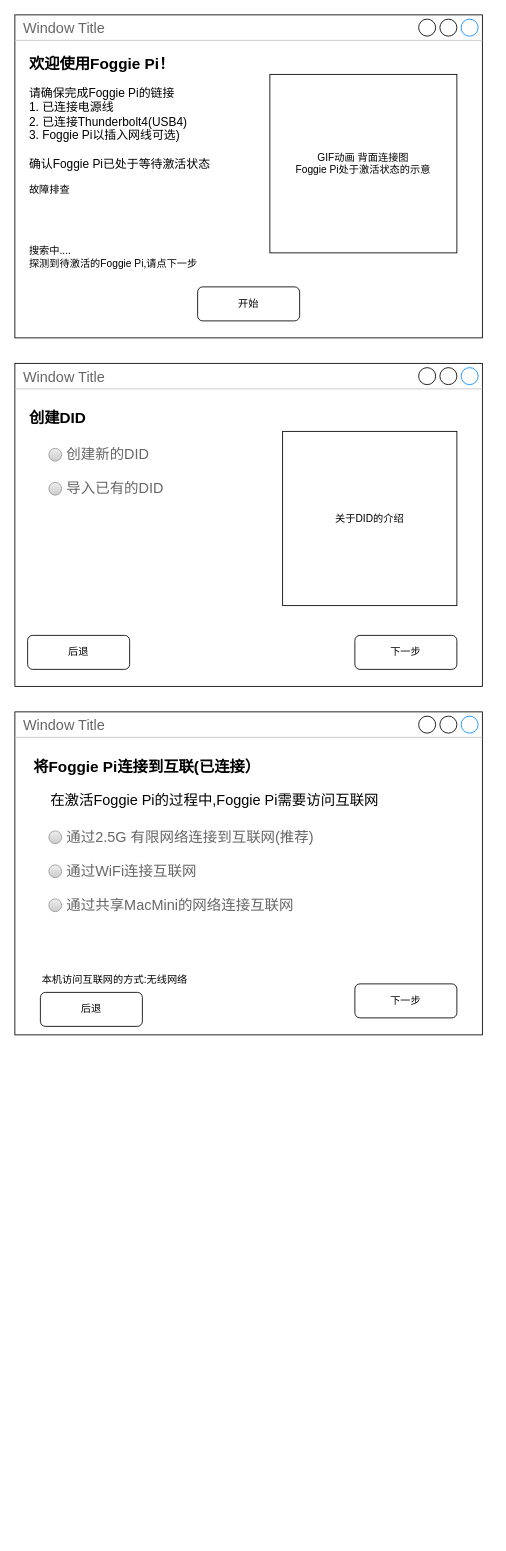
Above: page "Page-8" (8 of 8) of doc/PRD/desktop.drawio in buckyos/buckyos (draw.io), before the change. Source tidied: cells renumbered, new cells numbered last; positions are measured from the earlier drawing's top-left corner, leaving out a move shared by most shapes. Both pictures are drawn from the tidied source at 85%, with x=0, y=0 at pixel (14, 14).
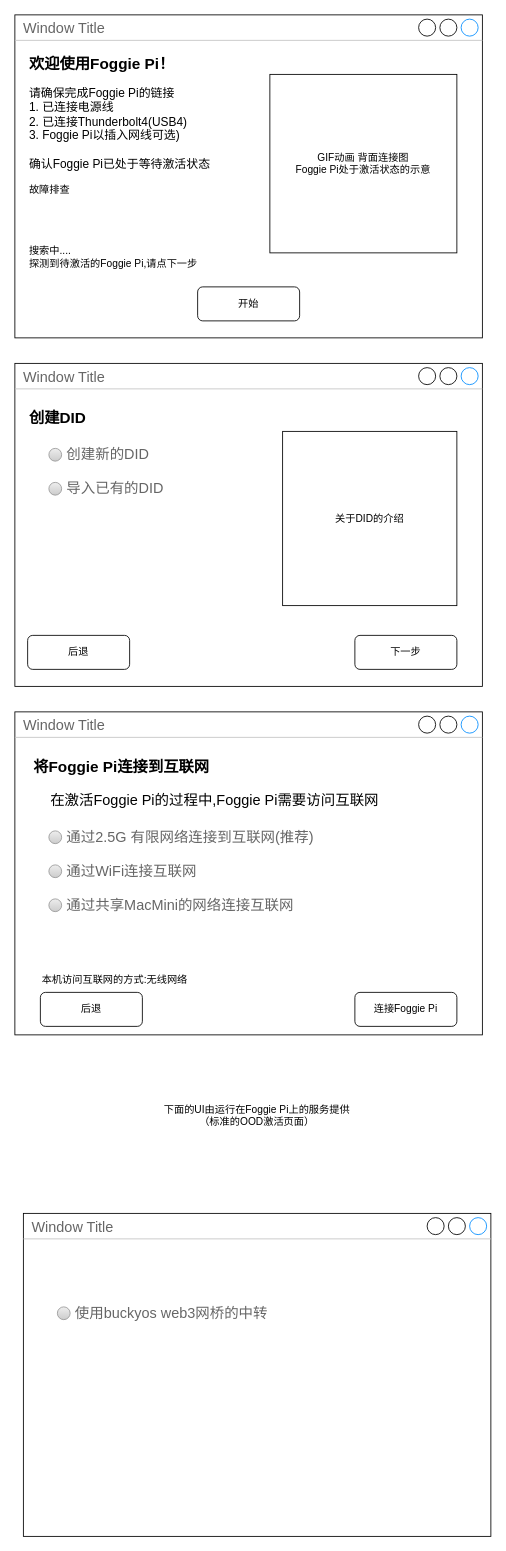
The same diagram, later.

What changed in the source:
```diff
@@
-    <mxCell id="15" value="将Foggie Pi连接到互联(已连接）" style="text;html=1;align=left;verticalAlign=middle;whiteSpace=wrap;rounded=0;fontStyle=1;fontSize=18;" parent="1" vertex="1">
+    <mxCell id="15" value="将Foggie Pi连接到互联网" style="text;html=1;align=left;verticalAlign=middle;whiteSpace=wrap;rounded=0;fontStyle=1;fontSize=18;" parent="1" vertex="1">
       <mxGeometry x="20" y="870" width="290" height="30" as="geometry" />
     </mxCell>
@@
-    <mxCell id="21" value="下一步" style="rounded=1;whiteSpace=wrap;html=1;" parent="1" vertex="1">
-      <mxGeometry x="400" y="1140" width="120" height="40" as="geometry" />
+    <mxCell id="21" value="连接Foggie Pi" style="rounded=1;whiteSpace=wrap;html=1;" parent="1" vertex="1">
+      <mxGeometry x="400" y="1150" width="120" height="40" as="geometry" />
     </mxCell>
@@
+    <mxCell id="23" value="Window Title" style="strokeWidth=1;shadow=0;dashed=0;align=center;html=1;shape=mxgraph.mockup.containers.window;align=left;verticalAlign=top;spacingLeft=8;strokeColor2=#008cff;strokeColor3=#c4c4c4;fontColor=#666666;mainText=;fontSize=17;labelBackgroundColor=none;whiteSpace=wrap;" parent="1" vertex="1">
+      <mxGeometry x="10" y="1410" width="550" height="380" as="geometry" />
+    </mxCell>
+    <mxCell id="24" value="使用buckyos web3网桥的中转" style="shape=ellipse;fillColor=#eeeeee;strokeColor=#999999;gradientColor=#cccccc;html=1;align=left;spacingLeft=4;fontSize=17;fontColor=#666666;labelPosition=right;shadow=0;" parent="1" vertex="1">
+      <mxGeometry x="50" y="1520" width="15" height="15" as="geometry" />
+    </mxCell>
+    <mxCell id="25" value="下面的UI由运行在Foggie Pi上的服务提供&lt;div&gt;（标准的OOD激活页面）&lt;/div&gt;" style="text;html=1;align=center;verticalAlign=middle;whiteSpace=wrap;rounded=0;" parent="1" vertex="1">
+      <mxGeometry x="105" y="1280" width="360" height="30" as="geometry" />
+    </mxCell>
```
